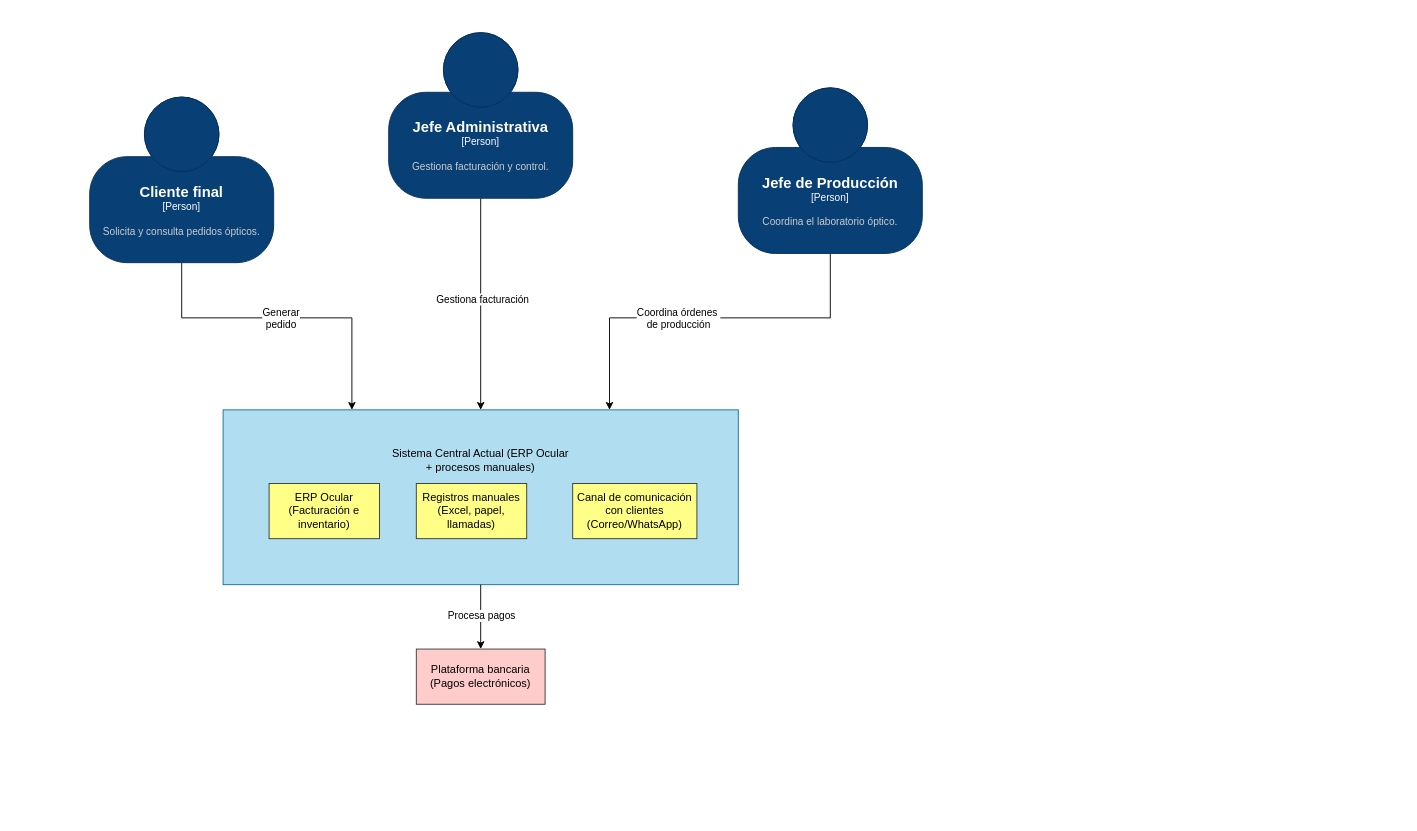
Above: entrega/c2-contenedores-final.drawio in ValentinaRodRo/taller-03-arquitectura-c4 (draw.io), before the change. Source tidied: cells renumbered, new cells numbered last; positions are measured from the earlier drawing's top-left corner, leaving out a move shared by most shapes. Both pictures are drawn from the tidied source at 92%, with x=0, y=0 at pixel (89, 32).
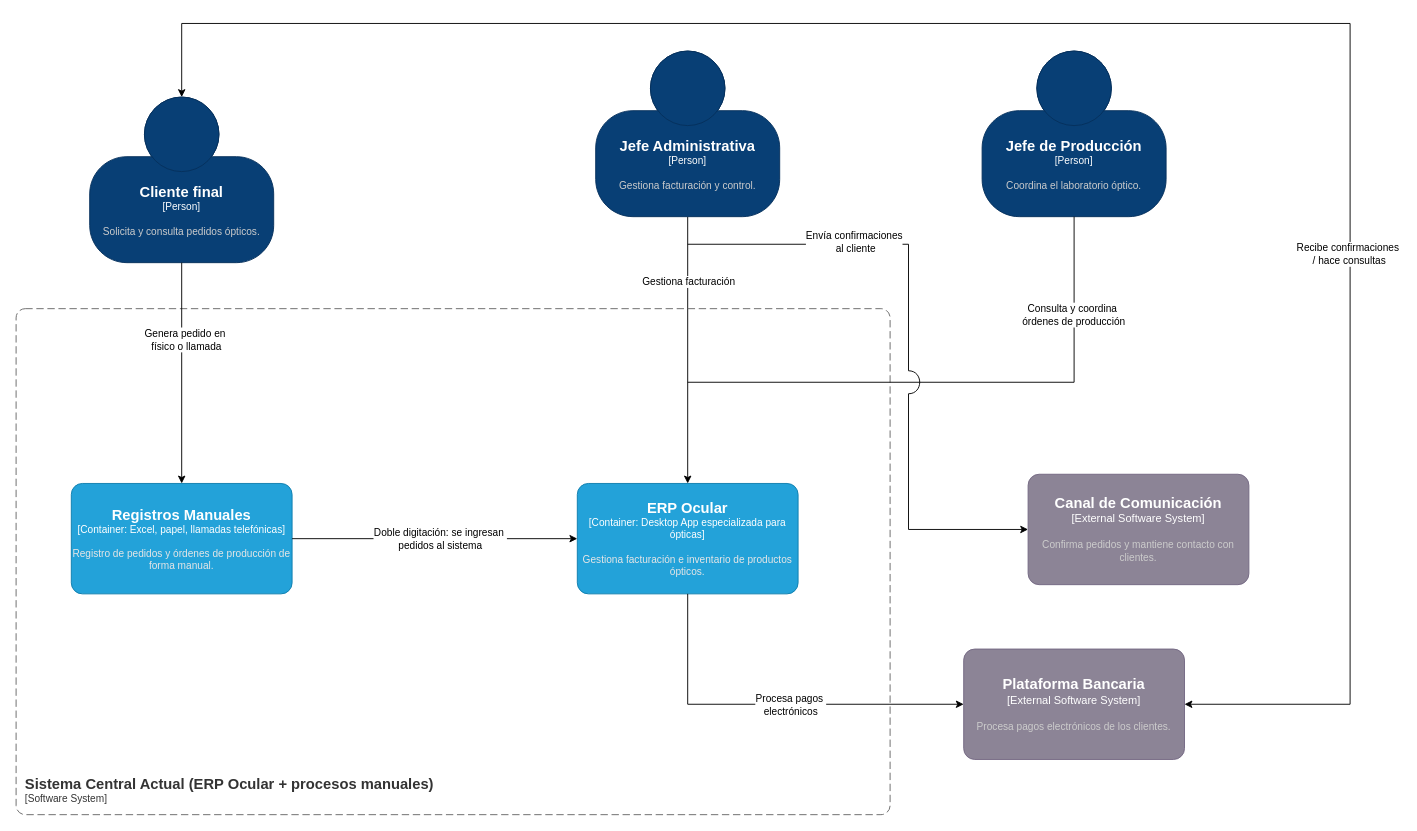
The same diagram, later.

Commit message (it also covers changes not shown here):
Actualización diagramas

The change refers to these unchanged cells:
```xml
<object id="16" label="&lt;font style=&quot;font-size: 16px&quot;&gt;&lt;b&gt;%c4Name%&lt;/b&gt;&lt;/font&gt;&lt;div&gt;[%c4Type%]&lt;/div&gt;&lt;br&gt;&lt;div&gt;&lt;font style=&quot;font-size: 11px&quot;&gt;&lt;font color=&quot;#cccccc&quot;&gt;%c4Description%&lt;/font&gt;&lt;/div&gt;" c4Description="Solicita y consulta pedidos ópticos." c4Name="Cliente final" c4Type="Person" placeholders="1">
  <mxCell style="html=1;fontSize=11;dashed=0;whiteSpace=wrap;fillColor=#083F75;strokeColor=#06315C;fontColor=#ffffff;shape=mxgraph.c4.person2;align=center;points=[[0.5,0,0],[1,0.5,0],[1,0.75,0],[0.75,1,0],[0.5,1,0],[0.25,1,0],[0,0.75,0],[0,0.5,0]];" parent="1" vertex="1">
    <mxGeometry y="70" width="200" height="180" as="geometry" />
  </mxCell>
</object>
```

Change to the diagram source:
```diff
@@
-    <mxCell id="2" style="rounded=0;whiteSpace=wrap;html=1;fillColor=#b1ddf0;strokeColor=#10739e;" parent="1" vertex="1">
-      <mxGeometry x="145" y="410" width="560" height="190" as="geometry" />
-    </mxCell>
-    <mxCell id="3" value="ERP Ocular (Facturación e inventario)" style="rounded=0;whiteSpace=wrap;html=1;fillColor=#ffff88;strokeColor=#36393d;" parent="1" vertex="1">
-      <mxGeometry x="195" y="490" width="120" height="60" as="geometry" />
-    </mxCell>
-    <mxCell id="4" value="&lt;span style=&quot;text-align: left;&quot;&gt;Sistema Central Actual&amp;nbsp;&lt;/span&gt;&lt;span style=&quot;color: light-dark(rgb(0, 0, 0), rgb(255, 255, 255)); text-align: left; background-color: transparent;&quot;&gt;(ERP Ocular + procesos manuales)&lt;/span&gt;" style="text;html=1;align=center;verticalAlign=middle;whiteSpace=wrap;rounded=0;" parent="1" vertex="1">
-      <mxGeometry x="325" y="450" width="200" height="30" as="geometry" />
-    </mxCell>
-    <mxCell id="5" value="Registros manuales (Excel, papel, llamadas)" style="rounded=0;whiteSpace=wrap;html=1;fillColor=#ffff88;strokeColor=#36393d;" parent="1" vertex="1">
-      <mxGeometry x="355" y="490" width="120" height="60" as="geometry" />
-    </mxCell>
-    <mxCell id="6" value="Plataforma bancaria (Pagos electrónicos)" style="rounded=0;whiteSpace=wrap;html=1;fillColor=#ffcccc;strokeColor=#36393d;" parent="1" vertex="1">
-      <mxGeometry x="355" y="670" width="140" height="60" as="geometry" />
-    </mxCell>
-    <mxCell id="7" value="Canal de comunicación con clientes (Correo/WhatsApp)" style="rounded=0;whiteSpace=wrap;html=1;fillColor=#ffff88;strokeColor=#36393d;" parent="1" vertex="1">
-      <mxGeometry x="525" y="490" width="135" height="60" as="geometry" />
-    </mxCell>
-    <mxCell id="8" style="endArrow=classic;html=1;rounded=0;entryX=0.25;entryY=0;entryDx=0;entryDy=0;exitX=0.5;exitY=1;exitDx=0;exitDy=0;exitPerimeter=0;" parent="1" edge="1" source="16" target="2">
-      <mxGeometry relative="1" as="geometry">
-        <Array as="points">
-          <mxPoint x="100" y="310" />
-          <mxPoint x="285" y="310" />
-        </Array>
-      </mxGeometry>
-    </mxCell>
-    <mxCell id="9" value="Generar&lt;div&gt;pedido&lt;/div&gt;" style="edgeLabel;html=1;align=center;verticalAlign=middle;" parent="8" vertex="1">
-      <mxGeometry x="-0.03" relative="1" as="geometry" />
-    </mxCell>
-    <mxCell id="10" style="endArrow=classic;html=1;rounded=0;entryX=0.5;entryY=0;entryDx=0;entryDy=0;exitX=0.5;exitY=1;exitDx=0;exitDy=0;exitPerimeter=0;" parent="1" edge="1" source="17" target="2">
+    <mxCell id="10" style="endArrow=classic;html=1;rounded=0;exitX=0.5;exitY=1;exitDx=0;exitDy=0;exitPerimeter=0;entryX=0.5;entryY=0;entryDx=0;entryDy=0;entryPerimeter=0;" parent="1" edge="1" source="17" target="20">
       <mxGeometry relative="1" as="geometry" />
     </mxCell>
     <mxCell id="11" value="Gestiona facturación" style="edgeLabel;html=1;align=center;verticalAlign=middle;" parent="10" vertex="1">
-      <mxGeometry x="-0.05" y="1" relative="1" as="geometry" />
+      <mxGeometry x="-0.05" y="1" relative="1" as="geometry">
+        <mxPoint x="-1" y="-68" as="offset" />
+      </mxGeometry>
     </mxCell>
-    <mxCell id="12" style="endArrow=classic;html=1;rounded=0;entryX=0.75;entryY=0;entryDx=0;entryDy=0;exitX=0.5;exitY=1;exitDx=0;exitDy=0;exitPerimeter=0;" parent="1" edge="1" source="18" target="2">
-      <mxGeometry relative="1" as="geometry">
-        <Array as="points">
-          <mxPoint x="805" y="310" />
-          <mxPoint x="565" y="310" />
-        </Array>
-      </mxGeometry>
-    </mxCell>
-    <mxCell id="13" value="Coordina órdenes&amp;nbsp;&lt;div&gt;de producción&lt;/div&gt;" style="edgeLabel;html=1;align=center;verticalAlign=middle;" parent="12" vertex="1">
-      <mxGeometry x="0.15" relative="1" as="geometry" />
-    </mxCell>
-    <mxCell id="14" style="endArrow=classic;html=1;rounded=0;exitX=0.5;exitY=1;exitDx=0;exitDy=0;entryX=0.5;entryY=0;entryDx=0;entryDy=0;" parent="1" edge="1" source="2" target="6">
-      <mxGeometry relative="1" as="geometry" />
-    </mxCell>
-    <mxCell id="15" value="Procesa pagos" style="edgeLabel;html=1;align=center;verticalAlign=middle;" parent="14" vertex="1">
-      <mxGeometry x="-0.07" relative="1" as="geometry" />
-    </mxCell>
@@
     <object id="17" label="&lt;font style=&quot;font-size: 16px&quot;&gt;&lt;b&gt;%c4Name%&lt;/b&gt;&lt;/font&gt;&lt;div&gt;[%c4Type%]&lt;/div&gt;&lt;br&gt;&lt;div&gt;&lt;font style=&quot;font-size: 11px&quot;&gt;&lt;font color=&quot;#cccccc&quot;&gt;%c4Description%&lt;/font&gt;&lt;/div&gt;" c4Description="Gestiona facturación y control." c4Name="Jefe Administrativa" c4Type="Person" placeholders="1">
       <mxCell style="html=1;fontSize=11;dashed=0;whiteSpace=wrap;fillColor=#083F75;strokeColor=#06315C;fontColor=#ffffff;shape=mxgraph.c4.person2;align=center;points=[[0.5,0,0],[1,0.5,0],[1,0.75,0],[0.75,1,0],[0.5,1,0],[0.25,1,0],[0,0.75,0],[0,0.5,0]];" parent="1" vertex="1">
-        <mxGeometry x="325" width="200" height="180" as="geometry" />
+        <mxGeometry x="550" y="20" width="200" height="180" as="geometry" />
       </mxCell>
     </object>
     <object id="18" label="&lt;font style=&quot;font-size: 16px&quot;&gt;&lt;b&gt;%c4Name%&lt;/b&gt;&lt;/font&gt;&lt;div&gt;[%c4Type%]&lt;/div&gt;&lt;br&gt;&lt;div&gt;&lt;font style=&quot;font-size: 11px&quot;&gt;&lt;font color=&quot;#cccccc&quot;&gt;%c4Description%&lt;/font&gt;&lt;/div&gt;" c4Description="Coordina el laboratorio óptico." c4Name="Jefe de Producción" c4Type="Person" placeholders="1">
       <mxCell style="html=1;fontSize=11;dashed=0;whiteSpace=wrap;fillColor=#083F75;strokeColor=#06315C;fontColor=#ffffff;shape=mxgraph.c4.person2;align=center;points=[[0.5,0,0],[1,0.5,0],[1,0.75,0],[0.75,1,0],[0.5,1,0],[0.25,1,0],[0,0.75,0],[0,0.5,0]];" parent="1" vertex="1">
-        <mxGeometry x="705" y="60" width="200" height="180" as="geometry" />
+        <mxGeometry x="970" y="20" width="200" height="180" as="geometry" />
       </mxCell>
     </object>
+    <object id="19" label="&lt;font style=&quot;font-size: 16px&quot;&gt;&lt;b&gt;&lt;div style=&quot;text-align: left&quot;&gt;%c4Name%&lt;/div&gt;&lt;/b&gt;&lt;/font&gt;&lt;div style=&quot;text-align: left&quot;&gt;[%c4Application%]&lt;/div&gt;" c4Application="Software System" c4Name="Sistema Central Actual (ERP Ocular + procesos manuales)" placeholders="1">
+      <mxCell style="rounded=1;fontSize=11;whiteSpace=wrap;html=1;dashed=1;arcSize=20;fillColor=none;strokeColor=#666666;fontColor=#333333;labelBackgroundColor=none;align=left;verticalAlign=bottom;labelBorderColor=none;spacingTop=0;spacing=10;dashPattern=8 4;perimeter=rectanglePerimeter;noLabel=0;labelPadding=0;absoluteArcSize=1;" parent="1" vertex="1">
+        <mxGeometry x="-80" y="300" width="950" height="550" as="geometry" />
+      </mxCell>
+    </object>
+    <object id="20" label="&lt;font style=&quot;font-size: 16px&quot;&gt;&lt;b&gt;%c4Name%&lt;/b&gt;&lt;/font&gt;&lt;div&gt;[%c4Type%: %c4Technology%]&lt;/div&gt;&lt;br&gt;&lt;div&gt;&lt;font style=&quot;font-size: 11px&quot;&gt;&lt;font color=&quot;#E6E6E6&quot;&gt;%c4Description%&lt;/font&gt;&lt;/div&gt;" c4Description="Gestiona facturación e inventario de productos ópticos." c4Name="ERP Ocular" c4Technology="Desktop App especializada para ópticas" c4Type="Container" placeholders="1">
+      <mxCell style="rounded=1;whiteSpace=wrap;html=1;fontSize=11;labelBackgroundColor=none;fillColor=#23A2D9;fontColor=#ffffff;align=center;arcSize=10;strokeColor=#0E7DAD;points=[[0.25,0,0],[0.5,0,0],[0.75,0,0],[1,0.25,0],[1,0.5,0],[1,0.75,0],[0.75,1,0],[0.5,1,0],[0.25,1,0],[0,0.75,0],[0,0.5,0],[0,0.25,0]];" parent="1" vertex="1">
+        <mxGeometry x="530" y="490" width="240" height="120" as="geometry" />
+      </mxCell>
+    </object>
+    <object id="21" label="&lt;font style=&quot;font-size: 16px&quot;&gt;&lt;b&gt;%c4Name%&lt;/b&gt;&lt;/font&gt;&lt;div&gt;[%c4Type%: %c4Technology%]&lt;/div&gt;&lt;br&gt;&lt;div&gt;&lt;font style=&quot;font-size: 11px&quot;&gt;&lt;font color=&quot;#E6E6E6&quot;&gt;%c4Description%&lt;/font&gt;&lt;/div&gt;" c4Description="Registro de pedidos y órdenes de producción de forma manual." c4Name="Registros Manuales" c4Technology="Excel, papel, llamadas telefónicas" c4Type="Container" placeholders="1">
+      <mxCell style="rounded=1;whiteSpace=wrap;html=1;fontSize=11;labelBackgroundColor=none;fillColor=#23A2D9;fontColor=#ffffff;align=center;arcSize=10;strokeColor=#0E7DAD;points=[[0.25,0,0],[0.5,0,0],[0.75,0,0],[1,0.25,0],[1,0.5,0],[1,0.75,0],[0.75,1,0],[0.5,1,0],[0.25,1,0],[0,0.75,0],[0,0.5,0],[0,0.25,0]];" parent="1" vertex="1">
+        <mxGeometry x="-20" y="490" width="240" height="120" as="geometry" />
+      </mxCell>
+    </object>
+    <object id="22" label="&lt;font style=&quot;font-size: 16px&quot;&gt;&lt;b&gt;%c4Name%&lt;/b&gt;&lt;/font&gt;&lt;div&gt;[%c4Type%]&lt;/div&gt;&lt;br&gt;&lt;div&gt;&lt;font style=&quot;font-size: 11px&quot;&gt;&lt;font color=&quot;#cccccc&quot;&gt;%c4Description%&lt;/font&gt;&lt;/div&gt;" c4Description="Procesa pagos electrónicos de los clientes." c4Name="Plataforma Bancaria" c4Type="External Software System" placeholders="1">
+      <mxCell style="rounded=1;whiteSpace=wrap;html=1;labelBackgroundColor=none;fillColor=#8C8496;fontColor=#ffffff;align=center;arcSize=10;strokeColor=#736782;points=[[0.25,0,0],[0.5,0,0],[0.75,0,0],[1,0.25,0],[1,0.5,0],[1,0.75,0],[0.75,1,0],[0.5,1,0],[0.25,1,0],[0,0.75,0],[0,0.5,0],[0,0.25,0]];" parent="1" vertex="1">
+        <mxGeometry x="950" y="670" width="240" height="120" as="geometry" />
+      </mxCell>
+    </object>
+    <object id="23" label="&lt;font style=&quot;font-size: 16px&quot;&gt;&lt;b&gt;%c4Name%&lt;/b&gt;&lt;/font&gt;&lt;div&gt;[%c4Type%]&lt;/div&gt;&lt;br&gt;&lt;div&gt;&lt;font style=&quot;font-size: 11px&quot;&gt;&lt;font color=&quot;#cccccc&quot;&gt;%c4Description%&lt;/font&gt;&lt;/div&gt;" c4Description="Confirma pedidos y mantiene contacto con clientes." c4Name="Canal de Comunicación" c4Type="External Software System" placeholders="1">
+      <mxCell style="rounded=1;whiteSpace=wrap;html=1;labelBackgroundColor=none;fillColor=#8C8496;fontColor=#ffffff;align=center;arcSize=10;strokeColor=#736782;points=[[0.25,0,0],[0.5,0,0],[0.75,0,0],[1,0.25,0],[1,0.5,0],[1,0.75,0],[0.75,1,0],[0.5,1,0],[0.25,1,0],[0,0.75,0],[0,0.5,0],[0,0.25,0]];" parent="1" vertex="1">
+        <mxGeometry x="1020" y="480" width="240" height="120" as="geometry" />
+      </mxCell>
+    </object>
+    <mxCell id="24" style="endArrow=classic;html=1;rounded=0;exitX=0.5;exitY=1;exitDx=0;exitDy=0;exitPerimeter=0;entryX=0.5;entryY=0;entryDx=0;entryDy=0;entryPerimeter=0;" parent="1" edge="1" source="16" target="21">
+      <mxGeometry relative="1" as="geometry" />
+    </mxCell>
+    <mxCell id="25" value="Genera pedido en&amp;nbsp;&lt;div&gt;físico o llamada&lt;/div&gt;" style="edgeLabel;html=1;align=center;verticalAlign=middle;" parent="24" vertex="1">
+      <mxGeometry x="-0.3" y="4" relative="1" as="geometry">
+        <mxPoint y="-1" as="offset" />
+      </mxGeometry>
+    </mxCell>
+    <mxCell id="26" style="endArrow=classic;html=1;rounded=0;exitX=1;exitY=0.5;exitDx=0;exitDy=0;exitPerimeter=0;entryX=0;entryY=0.5;entryDx=0;entryDy=0;entryPerimeter=0;" parent="1" edge="1" source="21" target="20">
+      <mxGeometry relative="1" as="geometry" />
+    </mxCell>
+    <mxCell id="27" value="Doble digitación: se ingresan&amp;nbsp;&lt;div&gt;pedidos al sistema&lt;/div&gt;" style="edgeLabel;html=1;align=center;verticalAlign=middle;" parent="26" vertex="1">
+      <mxGeometry x="-0.1" y="1" relative="1" as="geometry">
+        <mxPoint x="20" y="1" as="offset" />
+      </mxGeometry>
+    </mxCell>
+    <mxCell id="28" style="endArrow=none;html=1;rounded=0;entryX=0.5;entryY=1;entryDx=0;entryDy=0;entryPerimeter=0;" parent="1" edge="1" target="18">
+      <mxGeometry relative="1" as="geometry">
+        <mxPoint x="650" y="380" as="sourcePoint" />
+        <Array as="points">
+          <mxPoint x="1070" y="380" />
+        </Array>
+      </mxGeometry>
+    </mxCell>
+    <mxCell id="29" value="Consulta y coordina&lt;div&gt;&amp;nbsp;órdenes de producción&lt;/div&gt;" style="edgeLabel;html=1;align=center;verticalAlign=middle;" parent="28" vertex="1">
+      <mxGeometry x="0.65" y="3" relative="1" as="geometry">
+        <mxPoint y="1" as="offset" />
+      </mxGeometry>
+    </mxCell>
+    <mxCell id="30" style="endArrow=classic;html=1;rounded=0;exitX=0.5;exitY=1;exitDx=0;exitDy=0;exitPerimeter=0;entryX=0;entryY=0.5;entryDx=0;entryDy=0;entryPerimeter=0;" parent="1" edge="1" source="20" target="22">
+      <mxGeometry relative="1" as="geometry">
+        <Array as="points">
+          <mxPoint x="650" y="730" />
+        </Array>
+      </mxGeometry>
+    </mxCell>
+    <mxCell id="31" value="Procesa pagos&amp;nbsp;&lt;div&gt;electrónicos&lt;/div&gt;" style="edgeLabel;html=1;align=center;verticalAlign=middle;" parent="30" vertex="1">
+      <mxGeometry x="-0.08" y="-1" relative="1" as="geometry">
+        <mxPoint x="38" y="-1" as="offset" />
+      </mxGeometry>
+    </mxCell>
+    <mxCell id="32" style="endArrow=classic;html=1;rounded=0;entryX=0;entryY=0.5;entryDx=0;entryDy=0;entryPerimeter=0;jumpStyle=arc;jumpSize=25;" parent="1" edge="1" target="23">
+      <mxGeometry relative="1" as="geometry">
+        <mxPoint x="650" y="230" as="sourcePoint" />
+        <Array as="points">
+          <mxPoint x="890" y="230" />
+          <mxPoint x="890" y="540" />
+        </Array>
+      </mxGeometry>
+    </mxCell>
+    <mxCell id="33" value="Envía confirmaciones&lt;div&gt;&amp;nbsp;al cliente&lt;/div&gt;" style="edgeLabel;html=1;align=center;verticalAlign=middle;" parent="32" vertex="1">
+      <mxGeometry x="-0.47" y="3" relative="1" as="geometry" />
+    </mxCell>
+    <mxCell id="34" style="endArrow=classic;startArrow=classic;html=1;rounded=0;exitX=0.5;exitY=0;exitDx=0;exitDy=0;exitPerimeter=0;entryX=1;entryY=0.5;entryDx=0;entryDy=0;entryPerimeter=0;" parent="1" edge="1" source="16" target="22">
+      <mxGeometry relative="1" as="geometry">
+        <Array as="points">
+          <mxPoint x="100" y="-10" />
+          <mxPoint x="1370" y="-10" />
+          <mxPoint x="1370" y="730" />
+        </Array>
+      </mxGeometry>
+    </mxCell>
+    <mxCell id="35" value="Recibe confirmaciones&amp;nbsp;&lt;div&gt;/ hace consultas&lt;/div&gt;" style="edgeLabel;html=1;align=center;verticalAlign=middle;" parent="34" vertex="1">
+      <mxGeometry x="0.41" y="-2" relative="1" as="geometry" />
+    </mxCell>
```
